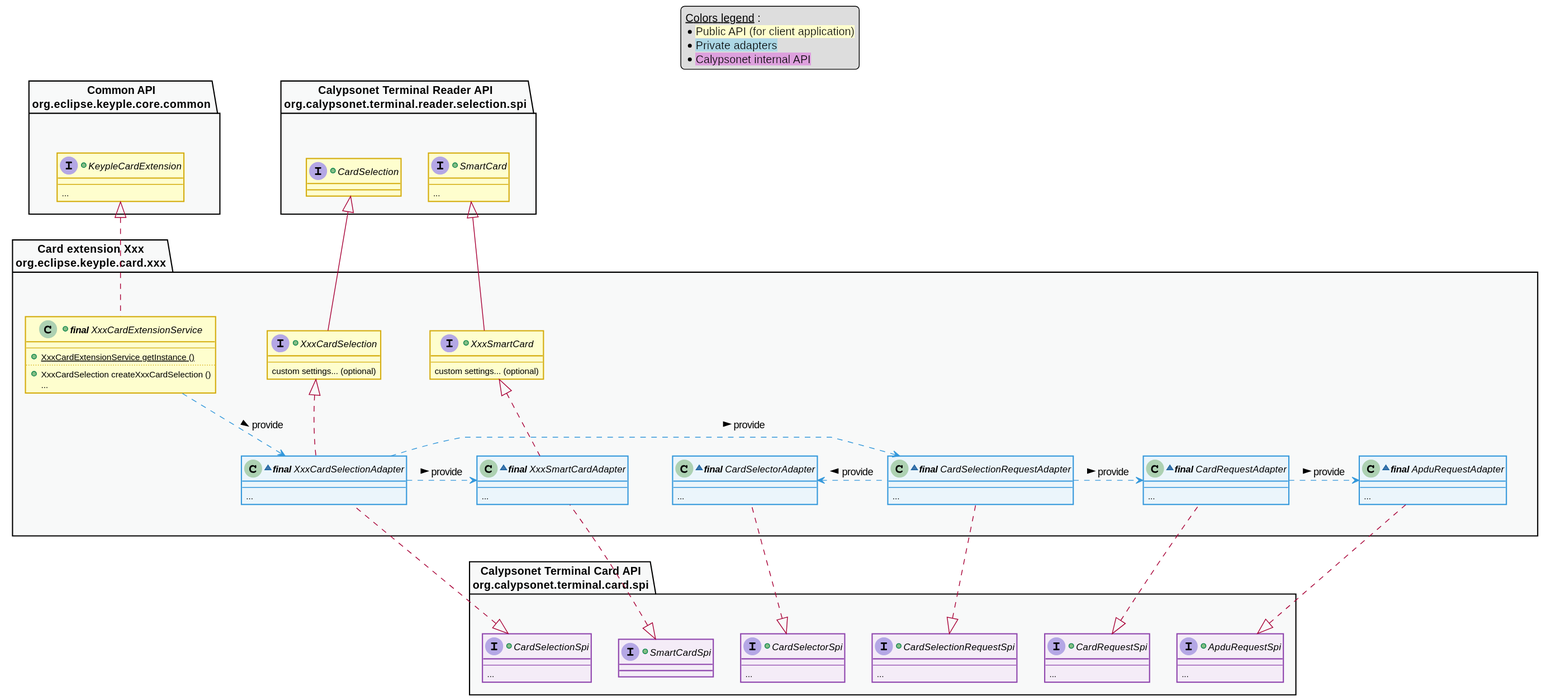
Before: static/media/learn/developer-guide/design-guides/card_extension_class_diagram.svg, a diagram exported from PlantUML (eclipse-keyple/keyple-website).
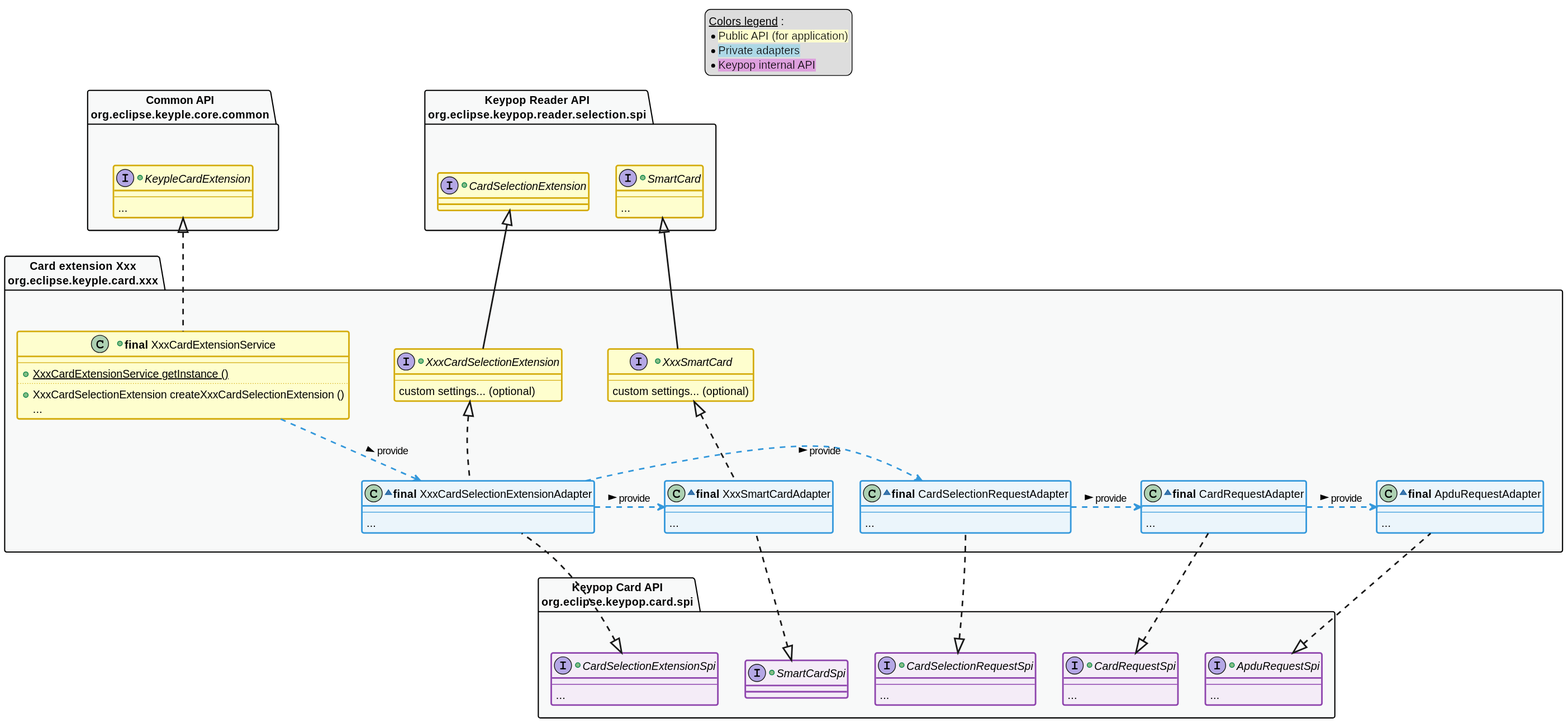
Above is the later version.

What changed in the source:
```diff
@@ -1,5 +1,4 @@
 @startuml
-
 
 !define C_GREY1 F8F9F9
 !define C_GREY2 F2F3F4
@@ -11,13 +10,16 @@
 !define C_USE 27AE60
 !define C_YELLOW FEFECE
 
-skinparam Shadowing false
-skinparam ClassFontStyle italic
-skinparam ClassBorderColor #D4AC0D
 skinparam stereotypeABorderColor #A9DCDF
 skinparam stereotypeIBorderColor #B4A7E5
 skinparam stereotypeCBorderColor #ADD1B2
 skinparam stereotypeEBorderColor #EB93DF
+
+skinparam ClassBorderThickness 2
+skinparam ArrowThickness 2
+
+skinparam ClassBackgroundColor #FEFECE
+skinparam ClassBorderColor #D4AC0D
 skinparam ClassBackgroundColor<<red>> #FDEDEC
 skinparam ClassBorderColor<<red>> #E74C3C
 hide <<red>> stereotype
@@ -37,9 +39,9 @@
 
 legend top
     __Colors legend__ :
-    * <back:C_YELLOW>Public API (for client application)</back>
+    * <back:C_YELLOW>Public API (for application)</back>
     * <back:lightBlue>Private adapters</back>
-    * <back:plum>Calypsonet internal API</back>
+    * <back:plum>Keypop internal API</back>
 end legend
 
 package "Common API\norg.eclipse.keyple.core.common" as commonApi {
@@ -48,24 +50,20 @@
         ...
     }
 }
-package "Calypsonet Terminal Reader API\norg.calypsonet.terminal.reader.selection.spi" as readerSelectionSpi {
-    +interface CardSelection {
+package "Keypop Reader API\norg.eclipse.keypop.reader.selection.spi" as readerSelectionSpi {
+    +interface CardSelectionExtension {
     }
     +interface SmartCard {
         --
         ...
     }
 }
-package "Calypsonet Terminal Card API\norg.calypsonet.terminal.card.spi" as cardSpi {
-    +interface CardSelectionSpi {
+package "Keypop Card API\norg.eclipse.keypop.card.spi" as cardSpi {
+    +interface CardSelectionExtensionSpi {
         --
         ...
     }
     +interface SmartCardSpi {
-    }
-    +interface CardSelectorSpi {
-        --
-        ...
     }
     +interface CardSelectionRequestSpi {
         --
@@ -82,45 +80,41 @@
 }
 
 package "Card extension Xxx\norg.eclipse.keyple.card.xxx" as specificExtension {
-    +class "**final** XxxCardExtensionService" as XxxCardExtensionService implements KeypleCardExtension {
+    +class "**final** XxxCardExtensionService" as XxxCardExtensionService implements commonApi.KeypleCardExtension {
         --
         +{static} XxxCardExtensionService getInstance ()
         ..
-        +XxxCardSelection createXxxCardSelection ()
+        +XxxCardSelectionExtension createXxxCardSelectionExtension ()
         ...
     }
     together {
-        +interface XxxCardSelection extends CardSelection {
+        +interface XxxCardSelectionExtension extends readerSelectionSpi.CardSelectionExtension {
             --
             custom settings... (optional)
         }
-        +interface XxxSmartCard extends SmartCard {
+        +interface XxxSmartCard extends readerSelectionSpi.SmartCard {
             --
             custom settings... (optional)
         }
-        ~class "**final** XxxCardSelectionAdapter" as CardSelectionAdapter implements XxxCardSelection, CardSelectionSpi {
+        ~class "**final** XxxCardSelectionExtensionAdapter" as CardSelectionAdapter implements XxxCardSelectionExtension, cardSpi.CardSelectionExtensionSpi {
             --
             ...
         }
-        ~class "**final** XxxSmartCardAdapter" as SmartCardAdapter implements XxxSmartCard, SmartCardSpi {
+        ~class "**final** XxxSmartCardAdapter" as SmartCardAdapter implements XxxSmartCard, cardSpi.SmartCardSpi {
             --
             ...
         }
     }
     together {
-        ~class "**final** CardSelectorAdapter" as CardSelectorAdapter implements CardSelectorSpi {
+        ~class "**final** CardSelectionRequestAdapter" as CardSelectionRequestAdapter implements cardSpi.CardSelectionRequestSpi {
             --
             ...
         }
-        ~class "**final** CardSelectionRequestAdapter" as CardSelectionRequestAdapter implements CardSelectionRequestSpi {
+        ~class "**final** CardRequestAdapter" as CardRequestAdapter implements cardSpi.CardRequestSpi {
             --
             ...
         }
-        ~class "**final** CardRequestAdapter" as CardRequestAdapter implements CardRequestSpi {
-            --
-            ...
-        }
-        ~class "**final** ApduRequestAdapter" as ApduRequestAdapter implements ApduRequestSpi {
+        ~class "**final** ApduRequestAdapter" as ApduRequestAdapter implements cardSpi.ApduRequestSpi {
             --
             ...
         }
@@ -133,23 +127,18 @@
 CardSelectionAdapter .> SmartCardAdapter #C_LINK : provide >
 CardSelectionAdapter .> CardSelectionRequestAdapter #C_LINK : provide >
 
-CardSelectionRequestAdapter .left> CardSelectorAdapter #C_LINK : provide >
 CardSelectionRequestAdapter .> CardRequestAdapter #C_LINK : provide >
 
 CardRequestAdapter .> ApduRequestAdapter #C_LINK : provide >
 
 
-CardSelectionAdapter -[hidden]- CardSelectionSpi
+CardSelectionAdapter -[hidden]- CardSelectionExtensionSpi
 SmartCardAdapter -[hidden]- SmartCardSpi
-CardSelectorAdapter -[hidden]- CardSelectorSpi
 CardSelectionRequestAdapter -[hidden]- CardSelectionRequestSpi
 CardRequestAdapter -[hidden]- CardRequestSpi
 ApduRequestAdapter -[hidden]- ApduRequestSpi
 
-XxxCardSelection -[hidden]- CardSelectionAdapter
-
-SmartCardAdapter -[hidden]right- CardSelectorAdapter
-
+XxxCardSelectionExtension -[hidden]- CardSelectionAdapter
 
 
 package commonApi #C_GREY1 {}
@@ -157,17 +146,14 @@
 package cardSpi #C_GREY1 {}
 package readerSelectionSpi #C_GREY1 {}
 
-class CardSelectionAdapter <<blue>>
-class CardSelectorAdapter <<blue>>
-class SmartCardAdapter <<blue>>
-class CardSelectionRequestAdapter <<blue>>
-class CardRequestAdapter <<blue>>
-class ApduRequestAdapter <<blue>>
-interface CardSelectionSpi <<purple>>
-interface CardSelectorSpi <<purple>>
-interface SmartCardSpi <<purple>>
-interface CardSelectionRequestSpi <<purple>>
-interface CardRequestSpi <<purple>>
-interface ApduRequestSpi <<purple>>
-
+class specificExtension.CardSelectionAdapter <<blue>>
+class specificExtension.SmartCardAdapter <<blue>>
+class specificExtension.CardSelectionRequestAdapter <<blue>>
+class specificExtension.CardRequestAdapter <<blue>>
+class specificExtension.ApduRequestAdapter <<blue>>
+interface cardSpi.CardSelectionExtensionSpi <<purple>>
+interface cardSpi.SmartCardSpi <<purple>>
+interface cardSpi.CardSelectionRequestSpi <<purple>>
+interface cardSpi.CardRequestSpi <<purple>>
+interface cardSpi.ApduRequestSpi <<purple>>
 @enduml
```
